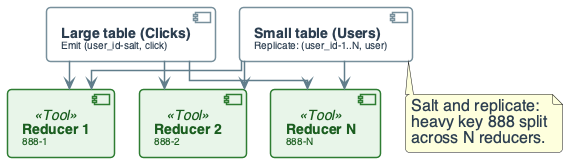
The PlantUML diagram diagrams/week7/week7_practice_slide18_skew_salting.png in OrPerets/data-engineering-course, before a commit.
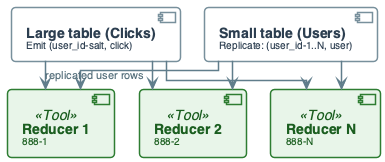
Later version of the same file.

Change to the diagram source:
```diff
@@ -128,14 +128,8 @@
 MAP_L --> R1
 MAP_L --> R2
 MAP_L --> RN
-MAP_S --> R1
+MAP_S --> R1 : "replicated user rows"
 MAP_S --> R2
 MAP_S --> RN
 
-note bottom of MAP_S
-  Salt and replicate:
-  heavy key 888 split
-  across N reducers.
-end note
-
 @enduml
```
